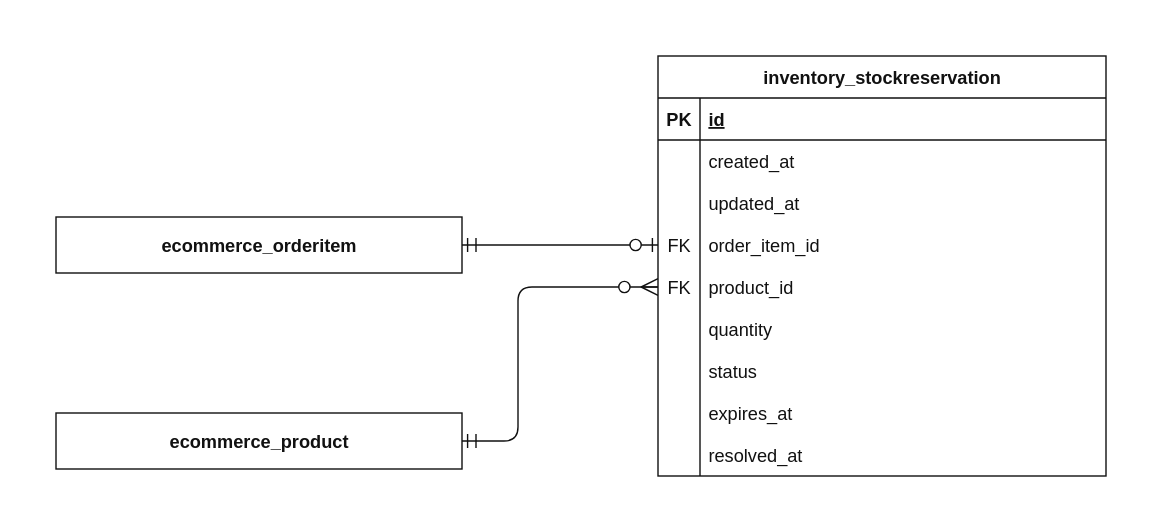
Before: docs/erd/diagrams/inventory.drawio.svg, a diagram exported from draw.io (RHILIUS/E-Commerce-API). Source tidied: cells renumbered, new cells last; positions are measured from the earlier drawing's top-left corner, leaving out a move shared by most shapes.
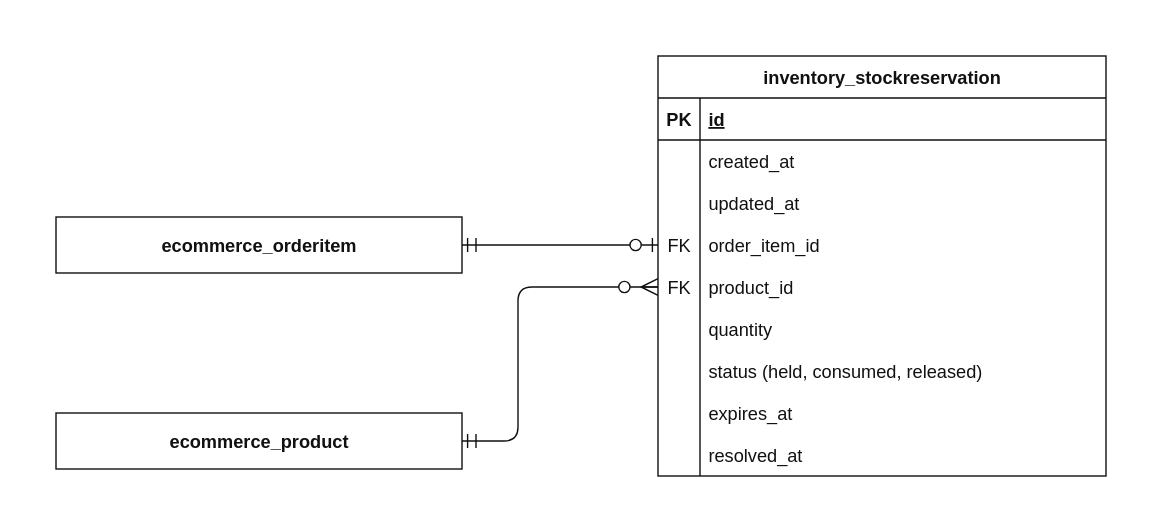
The same file after the commit.

What changed in the source:
```diff
@@ -65,7 +65,7 @@
     <mxCell id="22" style="shape=partialRectangle;fillColor=none;top=0;left=0;bottom=0;right=0;overflow=hidden;whiteSpace=wrap;html=1;fontSize=13;fontFamily=Helvetica;" parent="21" vertex="1">
       <mxGeometry width="30" height="30" as="geometry" />
     </mxCell>
-    <mxCell id="23" value="status" style="shape=partialRectangle;fillColor=none;top=0;left=0;bottom=0;right=0;overflow=hidden;whiteSpace=wrap;html=1;align=left;spacingLeft=6;fontSize=13;fontFamily=Helvetica;" parent="21" vertex="1">
+    <mxCell id="23" value="status (held, consumed, released)" style="shape=partialRectangle;fillColor=none;top=0;left=0;bottom=0;right=0;overflow=hidden;whiteSpace=wrap;html=1;align=left;spacingLeft=6;fontSize=13;fontFamily=Helvetica;" parent="21" vertex="1">
       <mxGeometry x="30" width="290" height="30" as="geometry" />
     </mxCell>
     <mxCell id="24" style="shape=tableRow;horizontal=0;startSize=0;swimlaneHead=0;swimlaneBody=0;fillColor=none;top=0;left=0;right=0;bottom=0;fontSize=13;fontFamily=Helvetica;" parent="2" vertex="1">
```
